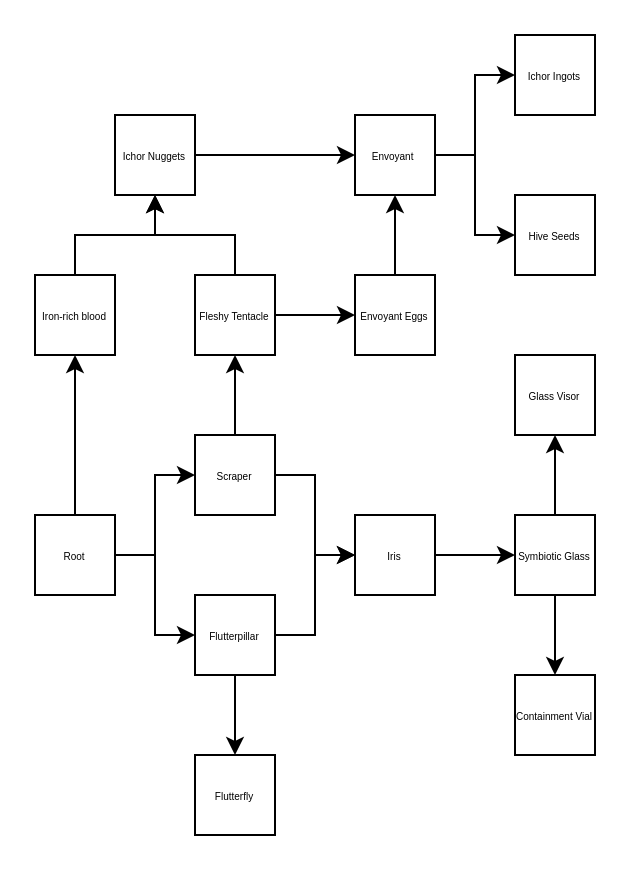
Above: map.drawio in asdru22/symbiote (draw.io), before the change. Source tidied: cells renumbered, new cells numbered last; positions are measured from the earlier drawing's top-left corner, leaving out a move shared by most shapes. Both pictures are drawn from the tidied source at 200%, with x=0, y=0 at pixel (34, 34).
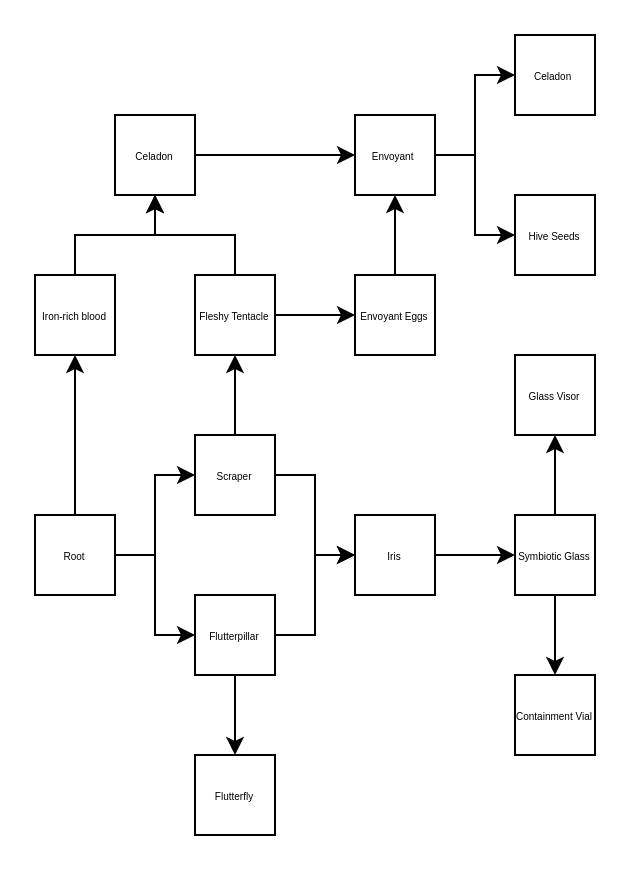
The same diagram, later.

What changed in the source:
```diff
@@
-    <mxCell id="24" value="Ichor Nuggets" style="rounded=0;whiteSpace=wrap;html=1;fontSize=5;" parent="1" vertex="1">
+    <mxCell id="24" value="Celadon" style="rounded=0;whiteSpace=wrap;html=1;fontSize=5;" parent="1" vertex="1">
       <mxGeometry x="40" y="40" width="40" height="40" as="geometry" />
     </mxCell>
@@
-    <mxCell id="33" value="Ichor Ingots" style="rounded=0;whiteSpace=wrap;html=1;fontSize=5;" parent="1" vertex="1">
+    <mxCell id="33" value="Celadon&amp;nbsp;" style="rounded=0;whiteSpace=wrap;html=1;fontSize=5;" parent="1" vertex="1">
       <mxGeometry x="240" width="40" height="40" as="geometry" />
     </mxCell>
```
